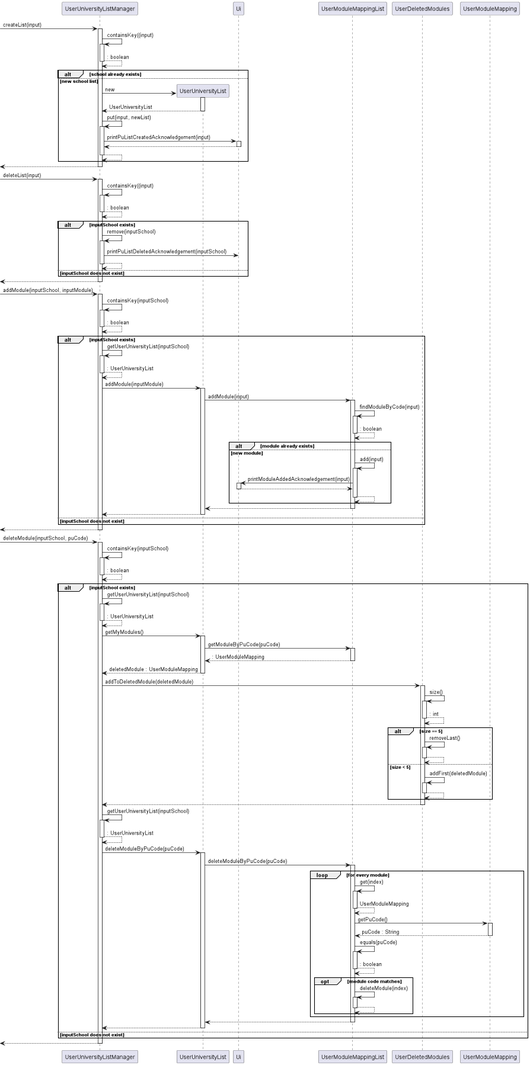
The PlantUML diagram docs/images/UserUniversityListManager_Sequence.png in nus-cs2113-AY2223S1/tp, before a commit.
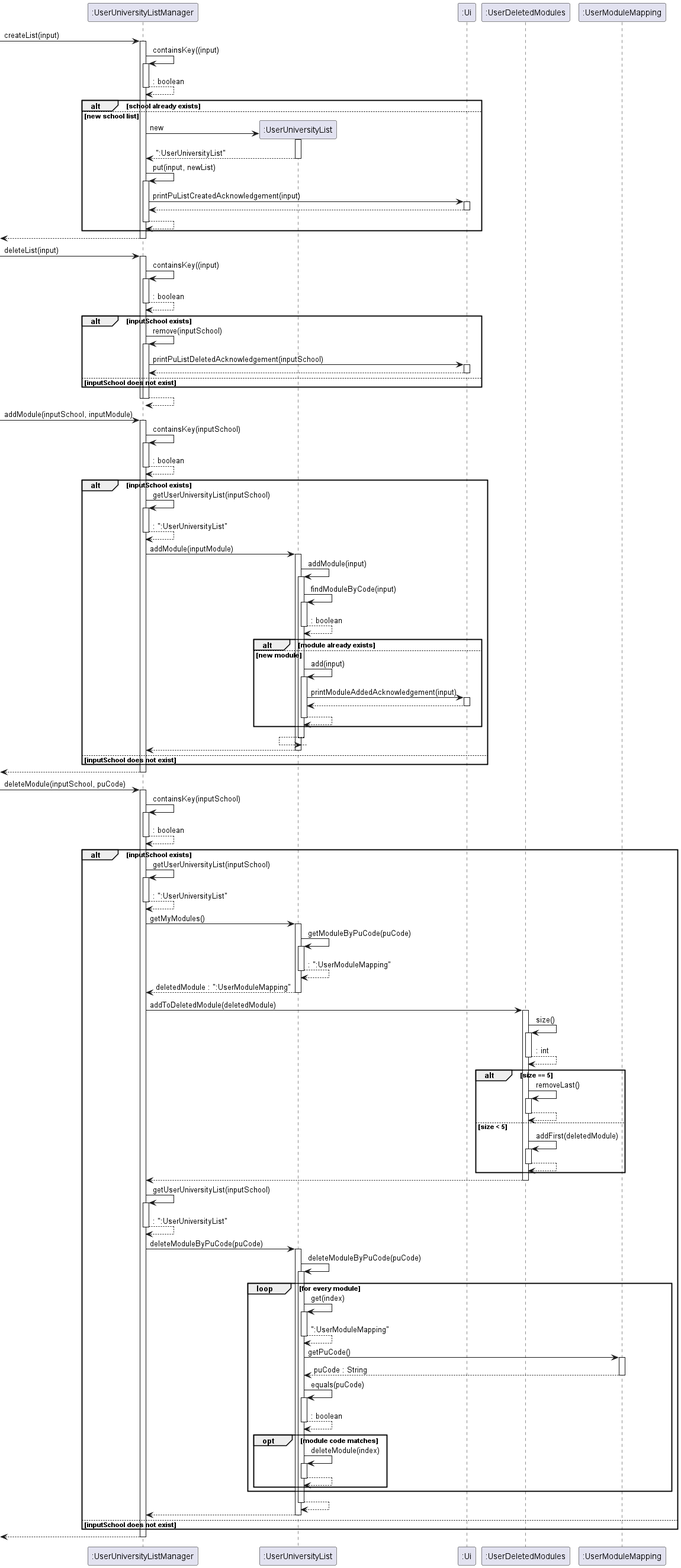
Later version of the same file.

Commit message:
Update UML diagram

The edit, as a diff of the source:
```diff
@@ -1,149 +1,149 @@
 @startuml
 
+-> ":UserUniversityListManager" : createList(input)
+activate ":UserUniversityListManager"
 
--> UserUniversityListManager : createList(input)
-activate UserUniversityListManager
-
-UserUniversityListManager -> UserUniversityListManager : containsKey((input)
-activate UserUniversityListManager
+":UserUniversityListManager" -> ":UserUniversityListManager" : containsKey((input)
+activate ":UserUniversityListManager"
 return : boolean
 
 alt school already exists
 
 else new school list
-    UserUniversityListManager -> UserUniversityList **: new
-    activate UserUniversityList
-    return UserUniversityList
-    UserUniversityListManager -> UserUniversityListManager : put(input, newList)
-    activate UserUniversityListManager
+    ":UserUniversityListManager" -> ":UserUniversityList" **: new
+    activate ":UserUniversityList"
+    return ":UserUniversityList"
+    ":UserUniversityListManager" -> ":UserUniversityListManager" : put(input, newList)
+    activate ":UserUniversityListManager"
 
-    UserUniversityListManager -> Ui : printPuListCreatedAcknowledgement(input)
-    activate Ui
+    ":UserUniversityListManager" -> ":Ui" : printPuListCreatedAcknowledgement(input)
+    activate ":Ui"
     return
 
     return
 
 end
 return
-deactivate UserUniversityListManager
+deactivate ":UserUniversityListManager"
 
--> UserUniversityListManager : deleteList(input)
-activate UserUniversityListManager
+-> ":UserUniversityListManager" : deleteList(input)
+activate ":UserUniversityListManager"
 
-UserUniversityListManager -> UserUniversityListManager : containsKey((input)
-activate UserUniversityListManager
+":UserUniversityListManager" -> ":UserUniversityListManager" : containsKey((input)
+activate ":UserUniversityListManager"
 return : boolean
 
 alt inputSchool exists
-    UserUniversityListManager -> UserUniversityListManager : remove(inputSchool)
-    activate UserUniversityListManager
+    ":UserUniversityListManager" -> ":UserUniversityListManager" : remove(inputSchool)
+    activate ":UserUniversityListManager"
 
-    UserUniversityListManager -> Ui : printPuListDeletedAcknowledgement(inputSchool)
+    ":UserUniversityListManager" -> ":Ui" : printPuListDeletedAcknowledgement(inputSchool)
+    activate ":Ui"
     return
 else inputSchool does not exist
 end
 
 return
-deactivate UserUniversityListManager
+deactivate ":UserUniversityListManager"
 
--> UserUniversityListManager : addModule(inputSchool, inputModule)
-activate UserUniversityListManager
-UserUniversityListManager -> UserUniversityListManager : containsKey(inputSchool)
-activate UserUniversityListManager
+-> ":UserUniversityListManager" : addModule(inputSchool, inputModule)
+activate ":UserUniversityListManager"
+":UserUniversityListManager" -> ":UserUniversityListManager" : containsKey(inputSchool)
+activate ":UserUniversityListManager"
 return : boolean
 
 alt inputSchool exists
-    UserUniversityListManager -> UserUniversityListManager : getUserUniversityList(inputSchool)
-    activate UserUniversityListManager
-    return : UserUniversityList
-    UserUniversityListManager -> UserUniversityList : addModule(inputModule)
-    activate UserUniversityList
+    ":UserUniversityListManager" -> ":UserUniversityListManager" : getUserUniversityList(inputSchool)
+    activate ":UserUniversityListManager"
+    return : ":UserUniversityList"
+    ":UserUniversityListManager" -> ":UserUniversityList" : addModule(inputModule)
+    activate ":UserUniversityList"
 
-    UserUniversityList -> UserModuleMappingList : addModule(input)
-    activate UserModuleMappingList
-    UserModuleMappingList -> UserModuleMappingList : findModuleByCode(input)
-    activate UserModuleMappingList
+    ":UserUniversityList" -> ":UserUniversityList" : addModule(input)
+    activate ":UserUniversityList"
+    ":UserUniversityList" -> ":UserUniversityList" : findModuleByCode(input)
+    activate ":UserUniversityList"
     return : boolean
     alt module already exists
     else new module
-        UserModuleMappingList -> UserModuleMappingList : add(input)
-        activate UserModuleMappingList
+        ":UserUniversityList" -> ":UserUniversityList" : add(input)
+        activate ":UserUniversityList"
 
-        UserModuleMappingList -> Ui : printModuleAddedAcknowledgement(input)
-        activate Ui
-        UserModuleMappingList <-- Ui
-        deactivate Ui
+        ":UserUniversityList" -> ":Ui" : printModuleAddedAcknowledgement(input)
+        activate ":Ui"
+        ":UserUniversityList" <-- ":Ui"
+        deactivate ":Ui"
         return
     end
-    UserUniversityList <-- UserModuleMappingList
-    deactivate UserModuleMappingList
-    UserUniversityListManager <-- UserUniversityList
-    deactivate UserUniversityList
+    ":UserUniversityList" <-- ":UserUniversityList"
+    deactivate ":UserUniversityList"
+    ":UserUniversityListManager" <-- ":UserUniversityList"
+    deactivate ":UserUniversityList"
 
 else inputSchool does not exist
 
 end
 return
-deactivate UserUniversityListManager
+deactivate ":UserUniversityListManager"
 
--> UserUniversityListManager : deleteModule(inputSchool, puCode)
-activate UserUniversityListManager
-UserUniversityListManager -> UserUniversityListManager : containsKey(inputSchool)
-activate UserUniversityListManager
+-> ":UserUniversityListManager" : deleteModule(inputSchool, puCode)
+activate ":UserUniversityListManager"
+":UserUniversityListManager" -> ":UserUniversityListManager" : containsKey(inputSchool)
+activate ":UserUniversityListManager"
 return : boolean
 alt inputSchool exists
-    UserUniversityListManager -> UserUniversityListManager : getUserUniversityList(inputSchool)
-    activate UserUniversityListManager
-    return : UserUniversityList
+    ":UserUniversityListManager" -> ":UserUniversityListManager" : getUserUniversityList(inputSchool)
+    activate ":UserUniversityListManager"
+    return : ":UserUniversityList"
 
-    UserUniversityListManager -> UserUniversityList : getMyModules()
-    activate UserUniversityList
+    ":UserUniversityListManager" -> ":UserUniversityList" : getMyModules()
+    activate ":UserUniversityList"
 
 
-    UserUniversityList -> UserModuleMappingList : getModuleByPuCode(puCode)
-    activate UserModuleMappingList
-    return : UserModuleMapping
+    ":UserUniversityList" -> ":UserUniversityList" : getModuleByPuCode(puCode)
+    activate ":UserUniversityList"
+    return : ":UserModuleMapping"
 
-    return deletedModule : UserModuleMapping
+    return deletedModule : ":UserModuleMapping"
 
-    UserUniversityListManager -> UserDeletedModules : addToDeletedModule(deletedModule)
-    activate UserDeletedModules
-    UserDeletedModules -> UserDeletedModules : size()
-    activate UserDeletedModules
+    ":UserUniversityListManager" -> ":UserDeletedModules" : addToDeletedModule(deletedModule)
+    activate ":UserDeletedModules"
+    ":UserDeletedModules" -> ":UserDeletedModules" : size()
+    activate ":UserDeletedModules"
     return : int
         alt size == 5
-        UserDeletedModules -> UserDeletedModules : removeLast()
-        activate UserDeletedModules
+        ":UserDeletedModules" -> ":UserDeletedModules" : removeLast()
+        activate ":UserDeletedModules"
         return
         else size < 5
-        UserDeletedModules -> UserDeletedModules : addFirst(deletedModule)
-        activate UserDeletedModules
+        ":UserDeletedModules" -> ":UserDeletedModules" : addFirst(deletedModule)
+        activate ":UserDeletedModules"
         return
     end
     return
 
-    UserUniversityListManager -> UserUniversityListManager : getUserUniversityList(inputSchool)
-    activate UserUniversityListManager
-    return : UserUniversityList
+    ":UserUniversityListManager" -> ":UserUniversityListManager" : getUserUniversityList(inputSchool)
+    activate ":UserUniversityListManager"
+    return : ":UserUniversityList"
 
-        UserUniversityListManager -> UserUniversityList : deleteModuleByPuCode(puCode)
-        activate UserUniversityList
+        ":UserUniversityListManager" -> ":UserUniversityList" : deleteModuleByPuCode(puCode)
+        activate ":UserUniversityList"
 
-        UserUniversityList -> UserModuleMappingList : deleteModuleByPuCode(puCode)
-        activate UserModuleMappingList
+        ":UserUniversityList" -> ":UserUniversityList" : deleteModuleByPuCode(puCode)
+        activate ":UserUniversityList"
         loop for every module
-        UserModuleMappingList -> UserModuleMappingList : get(index)
-        activate UserModuleMappingList
-        return UserModuleMapping
-        UserModuleMappingList -> UserModuleMapping : getPuCode()
-        activate UserModuleMapping
+        ":UserUniversityList" -> ":UserUniversityList" : get(index)
+        activate ":UserUniversityList"
+        return ":UserModuleMapping"
+        ":UserUniversityList" -> ":UserModuleMapping" : getPuCode()
+        activate ":UserModuleMapping"
         return puCode : String
-        UserModuleMappingList -> UserModuleMappingList : equals(puCode)
-        activate UserModuleMappingList
+        ":UserUniversityList" -> ":UserUniversityList" : equals(puCode)
+        activate ":UserUniversityList"
         return : boolean
         opt module code matches
-        UserModuleMappingList -> UserModuleMappingList : deleteModule(index)
-        activate UserModuleMappingList
+        ":UserUniversityList" -> ":UserUniversityList" : deleteModule(index)
+        activate ":UserUniversityList"
         return
         end
 
@@ -157,6 +157,6 @@
 else inputSchool does not exist
 end
 return
-deactivate UserUniversityListManager
+deactivate ":UserUniversityListManager"
 
 @enduml
```
